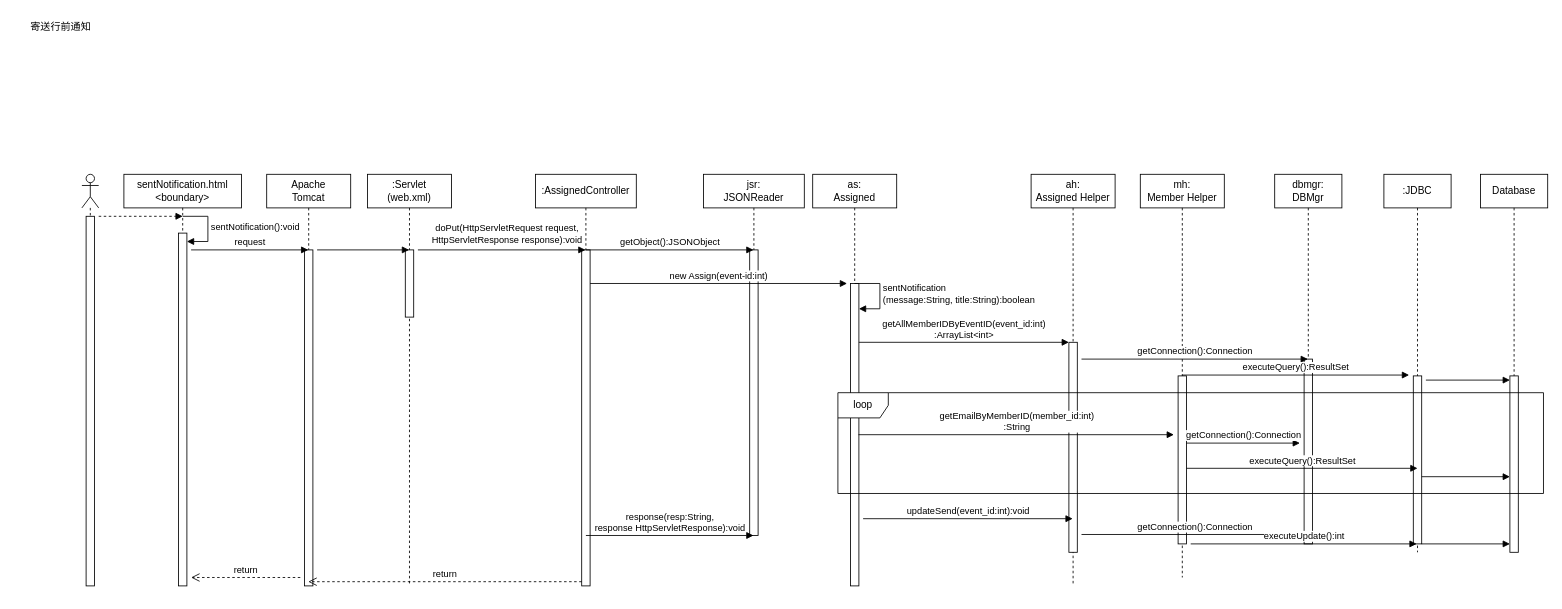
The draw.io diagram sequence_diagram.drawio in liangyinglly/liangyinglly, before the edit. Source tidied: cells renumbered, new cells numbered last; positions are measured from the earlier drawing's top-left corner, leaving out a move shared by most shapes. Both pictures are drawn from the tidied source at 84%, with x=0, y=0 at pixel (14, 14).
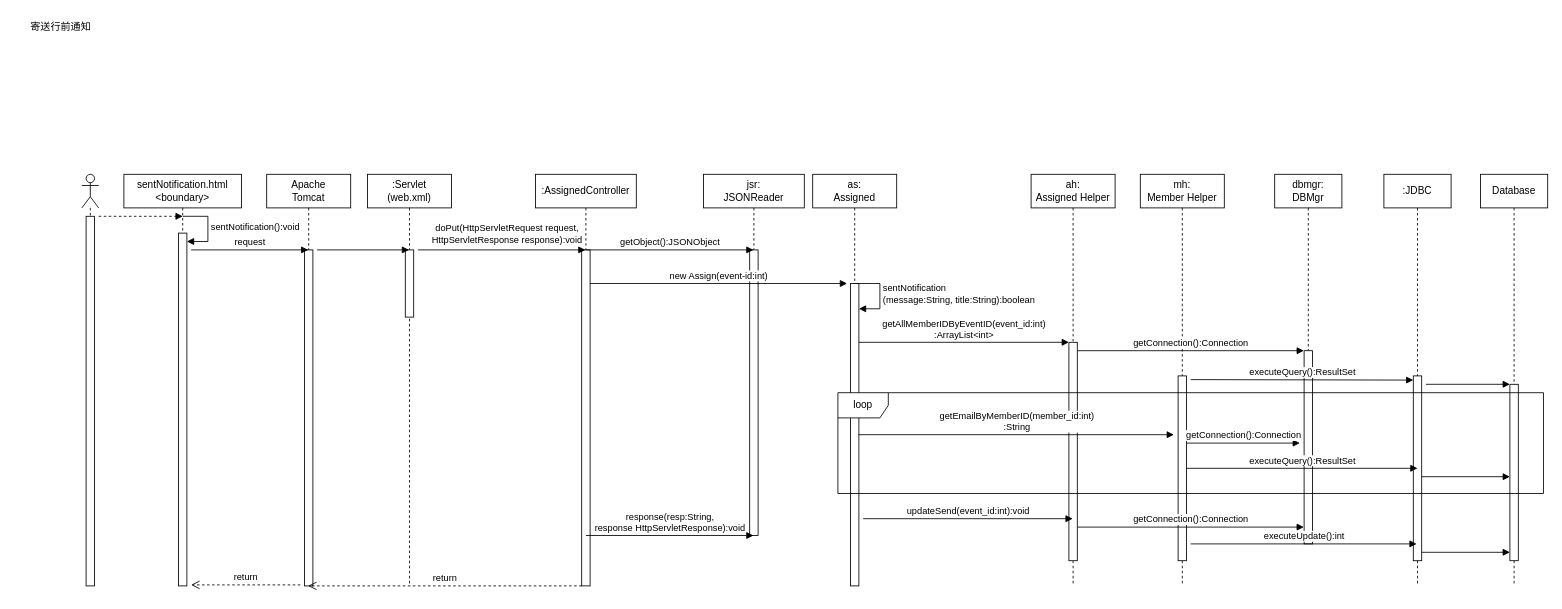
The same page after the edit.

Unchanged cells that the change refers to:
```xml
<mxCell id="8" value="Apache&lt;br&gt;Tomcat" style="shape=umlLifeline;perimeter=lifelinePerimeter;whiteSpace=wrap;html=1;outlineConnect=0;portConstraint=eastwest;newEdgeStyle={&quot;curved&quot;:0,&quot;rounded&quot;:0};" parent="1" vertex="1">
  <mxGeometry x="300" y="190" width="100" height="490" as="geometry" />
</mxCell>
<mxCell id="13" style="html=1;points=[[0,0,0,0,5],[0,1,0,0,-5],[1,0,0,0,5],[1,1,0,0,-5]];perimeter=orthogonalPerimeter;outlineConnect=0;targetShapes=umlLifeline;portConstraint=eastwest;newEdgeStyle={&quot;curved&quot;:0,&quot;rounded&quot;:0};" parent="12" vertex="1">
  <mxGeometry x="55" y="90" width="10" height="400" as="geometry" />
</mxCell>
<mxCell id="18" value="ah:&lt;br&gt;Assigned Helper" style="shape=umlLifeline;perimeter=lifelinePerimeter;whiteSpace=wrap;html=1;outlineConnect=0;portConstraint=eastwest;newEdgeStyle={&quot;curved&quot;:0,&quot;rounded&quot;:0};" parent="1" vertex="1">
  <mxGeometry x="1210" y="190" width="100" height="490" as="geometry" />
</mxCell>
<mxCell id="22" value="dbmgr:&lt;br&gt;DBMgr" style="shape=umlLifeline;perimeter=lifelinePerimeter;whiteSpace=wrap;html=1;outlineConnect=0;portConstraint=eastwest;newEdgeStyle={&quot;curved&quot;:0,&quot;rounded&quot;:0};" parent="1" vertex="1">
  <mxGeometry x="1500" y="190" width="80" height="440" as="geometry" />
</mxCell>
```

What changed in the source:
```diff
@@
     <mxCell id="19" style="html=1;perimeter=orthogonalPerimeter;targetShapes=umlLifeline;newEdgeStyle={&quot;curved&quot;:0,&quot;rounded&quot;:0};" parent="18" vertex="1">
-      <mxGeometry x="45" y="200" width="10" height="250" as="geometry" />
+      <mxGeometry x="45" y="200" width="10" height="260" as="geometry" />
     </mxCell>
     <mxCell id="20" value="mh:&lt;br&gt;Member Helper" style="shape=umlLifeline;perimeter=lifelinePerimeter;whiteSpace=wrap;html=1;outlineConnect=0;portConstraint=eastwest;newEdgeStyle={&quot;curved&quot;:0,&quot;rounded&quot;:0};" parent="1" vertex="1">
-      <mxGeometry x="1340" y="190" width="100" height="480" as="geometry" />
+      <mxGeometry x="1340" y="190" width="100" height="490" as="geometry" />
     </mxCell>
     <mxCell id="21" style="html=1;points=[[0,0,0,0,5],[0,1,0,0,-5],[1,0,0,0,5],[1,1,0,0,-5]];perimeter=orthogonalPerimeter;outlineConnect=0;targetShapes=umlLifeline;portConstraint=eastwest;newEdgeStyle={&quot;curved&quot;:0,&quot;rounded&quot;:0};" parent="20" vertex="1">
-      <mxGeometry x="45" y="240" width="10" height="200" as="geometry" />
+      <mxGeometry x="45" y="240" width="10" height="220" as="geometry" />
     </mxCell>
@@
     <mxCell id="23" style="html=1;perimeter=orthogonalPerimeter;targetShapes=umlLifeline;newEdgeStyle={&quot;curved&quot;:0,&quot;rounded&quot;:0};" parent="22" vertex="1">
-      <mxGeometry x="35" y="220" width="10" height="220" as="geometry" />
+      <mxGeometry x="35" y="210" width="10" height="230" as="geometry" />
     </mxCell>
     <mxCell id="24" value=":JDBC" style="shape=umlLifeline;perimeter=lifelinePerimeter;whiteSpace=wrap;html=1;newEdgeStyle={&quot;curved&quot;:0,&quot;rounded&quot;:0};" parent="1" vertex="1">
-      <mxGeometry x="1630" y="190" width="80" height="450" as="geometry" />
+      <mxGeometry x="1630" y="190" width="80" height="490" as="geometry" />
     </mxCell>
     <mxCell id="25" style="html=1;points=[[0,0,0,0,5],[0,1,0,0,-5],[1,0,0,0,5],[1,1,0,0,-5]];perimeter=orthogonalPerimeter;outlineConnect=0;targetShapes=umlLifeline;portConstraint=eastwest;newEdgeStyle={&quot;curved&quot;:0,&quot;rounded&quot;:0};" parent="24" vertex="1">
-      <mxGeometry x="35" y="240" width="10" height="200" as="geometry" />
+      <mxGeometry x="35" y="240" width="10" height="220" as="geometry" />
     </mxCell>
     <mxCell id="26" value="Database" style="shape=umlLifeline;perimeter=lifelinePerimeter;whiteSpace=wrap;html=1;newEdgeStyle={&quot;curved&quot;:0,&quot;rounded&quot;:0};" parent="1" vertex="1">
-      <mxGeometry x="1745" y="190" width="80" height="300" as="geometry" />
+      <mxGeometry x="1745" y="190" width="80" height="490" as="geometry" />
     </mxCell>
     <mxCell id="27" value="return" style="html=1;verticalAlign=bottom;endArrow=open;dashed=1;endSize=8;curved=0;rounded=0;" parent="1" edge="1">
       <mxGeometry relative="1" as="geometry">
-        <mxPoint x="340" y="670" as="sourcePoint" />
-        <mxPoint x="210" y="670" as="targetPoint" />
+        <mxPoint x="340" y="678.8" as="sourcePoint" />
+        <mxPoint x="210" y="678.8" as="targetPoint" />
       </mxGeometry>
     </mxCell>
@@
-    <mxCell id="33" value="return" style="html=1;verticalAlign=bottom;endArrow=open;dashed=1;endSize=8;curved=0;rounded=0;exitX=0;exitY=1;exitDx=0;exitDy=-5;exitPerimeter=0;" parent="1" edge="1" source="13" target="8">
-      <mxGeometry relative="1" as="geometry" />
+    <mxCell id="33" value="return" style="html=1;verticalAlign=bottom;endArrow=open;dashed=1;endSize=8;curved=0;rounded=0;exitX=0;exitY=1;exitDx=0;exitDy=-5;exitPerimeter=0;" parent="1" edge="1">
+      <mxGeometry relative="1" as="geometry">
+        <mxPoint x="675" y="680" as="sourcePoint" />
+        <mxPoint x="349.3" y="680" as="targetPoint" />
+      </mxGeometry>
     </mxCell>
@@
-    <mxCell id="39" value="getConnection():Connection" style="html=1;verticalAlign=bottom;endArrow=block;curved=0;rounded=0;" parent="1" edge="1" target="22">
+    <mxCell id="39" value="getConnection():Connection" style="html=1;verticalAlign=bottom;endArrow=block;curved=0;rounded=0;" parent="1" edge="1">
       <mxGeometry relative="1" as="geometry">
-        <mxPoint x="1270" y="410" as="sourcePoint" />
+        <mxPoint x="1265.2" y="400" as="sourcePoint" />
+        <mxPoint x="1534.7" y="400" as="targetPoint" />
       </mxGeometry>
     </mxCell>
-    <mxCell id="40" value="executeQuery():ResultSet" style="html=1;verticalAlign=bottom;endArrow=block;curved=0;rounded=0;" parent="1" edge="1" source="20">
+    <mxCell id="40" value="executeQuery():ResultSet" style="html=1;verticalAlign=bottom;endArrow=block;curved=0;rounded=0;entryX=0;entryY=0;entryDx=0;entryDy=5;entryPerimeter=0;" parent="1" edge="1" target="25">
       <mxGeometry relative="1" as="geometry">
-        <mxPoint x="1660" y="429" as="targetPoint" />
+        <mxPoint x="1400" y="434.4" as="sourcePoint" />
       </mxGeometry>
     </mxCell>
@@
-    <mxCell id="44" style="html=1;verticalAlign=bottom;endArrow=block;curved=0;rounded=0;entryX=0;entryY=0;entryDx=0;entryDy=5;entryPerimeter=0;" parent="1" edge="1" target="45">
+    <mxCell id="44" style="html=1;verticalAlign=bottom;endArrow=block;curved=0;rounded=0;entryX=0;entryY=0;entryDx=0;entryDy=5;entryPerimeter=0;" parent="1" edge="1">
       <mxGeometry relative="1" as="geometry">
-        <mxPoint x="1680" y="435" as="sourcePoint" />
+        <mxPoint x="1680" y="440" as="sourcePoint" />
+        <mxPoint x="1780" y="440" as="targetPoint" />
       </mxGeometry>
     </mxCell>
     <mxCell id="45" style="html=1;points=[[0,0,0,0,5],[0,1,0,0,-5],[1,0,0,0,5],[1,1,0,0,-5]];perimeter=orthogonalPerimeter;outlineConnect=0;targetShapes=umlLifeline;portConstraint=eastwest;newEdgeStyle={&quot;curved&quot;:0,&quot;rounded&quot;:0};" parent="1" vertex="1">
-      <mxGeometry x="1780" y="430" width="10" height="210" as="geometry" />
+      <mxGeometry x="1780" y="440" width="10" height="210" as="geometry" />
     </mxCell>
@@
-    <mxCell id="49" value="getConnection():Connection" style="html=1;verticalAlign=bottom;endArrow=block;curved=0;rounded=0;" parent="1" edge="1" target="22">
+    <mxCell id="49" value="getConnection():Connection" style="html=1;verticalAlign=bottom;endArrow=block;curved=0;rounded=0;" parent="1" edge="1">
       <mxGeometry relative="1" as="geometry">
-        <mxPoint x="1270" y="618.8" as="sourcePoint" />
+        <mxPoint x="1265.2" y="610" as="sourcePoint" />
+        <mxPoint x="1534.7" y="610" as="targetPoint" />
       </mxGeometry>
     </mxCell>
@@
     <mxCell id="51" style="html=1;verticalAlign=bottom;endArrow=block;curved=0;rounded=0;" parent="1" edge="1">
       <mxGeometry relative="1" as="geometry">
-        <mxPoint x="1675" y="630" as="sourcePoint" />
-        <mxPoint x="1780" y="630" as="targetPoint" />
+        <mxPoint x="1675" y="640" as="sourcePoint" />
+        <mxPoint x="1780" y="640" as="targetPoint" />
       </mxGeometry>
     </mxCell>
```
